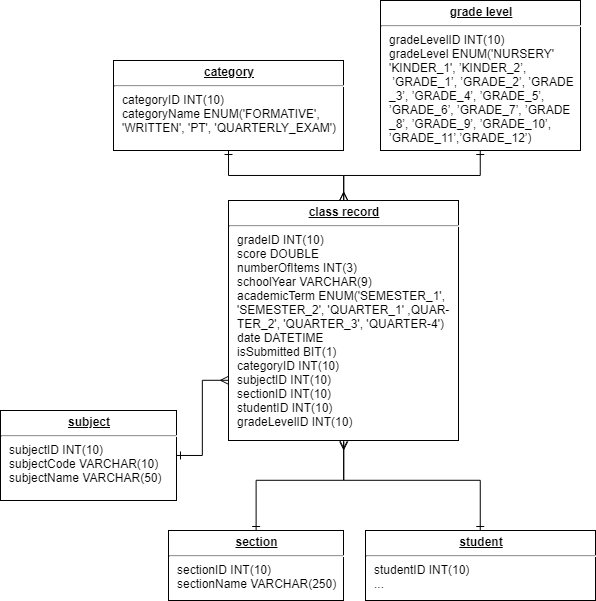
blankart/dhla-web-app keeps this draw.io diagram as SP/Class-Record.png. Above is the earlier version. Source tidied: cells renumbered, new cells last; positions are measured from the earlier drawing's top-left corner, leaving out a move shared by most shapes.
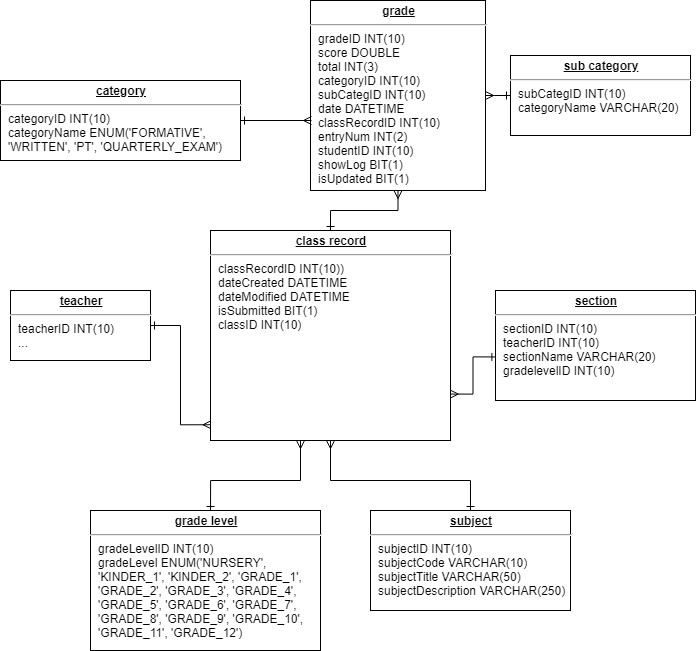
The same file after the commit.

Diff of the diagram source:
```diff
@@ -2,49 +2,62 @@
   <root>
     <mxCell id="0" />
     <mxCell id="1" parent="0" />
-    <mxCell id="2" value="&lt;p style=&quot;margin: 0px ; margin-top: 4px ; text-align: center ; text-decoration: underline&quot;&gt;&lt;b&gt;class record&lt;/b&gt;&lt;/p&gt;&lt;hr&gt;&lt;p style=&quot;margin: 0px ; margin-left: 8px&quot;&gt;gradeID INT(10)&lt;/p&gt;&lt;p style=&quot;margin: 0px ; margin-left: 8px&quot;&gt;score DOUBLE&lt;/p&gt;&lt;p style=&quot;margin: 0px ; margin-left: 8px&quot;&gt;numberOfItems INT(3)&lt;/p&gt;&lt;p style=&quot;margin: 0px ; margin-left: 8px&quot;&gt;schoolYear VARCHAR(9)&lt;/p&gt;&lt;p style=&quot;margin: 0px ; margin-left: 8px&quot;&gt;academicTerm ENUM('SEMESTER_1',&lt;/p&gt;&lt;p style=&quot;margin: 0px ; margin-left: 8px&quot;&gt;'SEMESTER_2', 'QUARTER_1' ,QUAR-&lt;/p&gt;&lt;p style=&quot;margin: 0px ; margin-left: 8px&quot;&gt;TER_2', 'QUARTER_3', 'QUARTER-4')&lt;/p&gt;&lt;p style=&quot;margin: 0px ; margin-left: 8px&quot;&gt;date DATETIME&lt;/p&gt;&lt;p style=&quot;margin: 0px ; margin-left: 8px&quot;&gt;isSubmitted BIT(1)&lt;/p&gt;&lt;p style=&quot;margin: 0px ; margin-left: 8px&quot;&gt;categoryID INT(10)&lt;/p&gt;&lt;p style=&quot;margin: 0px ; margin-left: 8px&quot;&gt;subjectID INT(10)&lt;/p&gt;&lt;p style=&quot;margin: 0px ; margin-left: 8px&quot;&gt;sectionID INT(10)&lt;/p&gt;&lt;p style=&quot;margin: 0px ; margin-left: 8px&quot;&gt;studentID INT(10)&lt;/p&gt;&lt;p style=&quot;margin: 0px ; margin-left: 8px&quot;&gt;gradeLevelID INT(10)&lt;/p&gt;" style="verticalAlign=top;align=left;overflow=fill;fontSize=12;fontFamily=Helvetica;html=1;rounded=0;shadow=0;comic=0;labelBackgroundColor=none;strokeColor=#000000;strokeWidth=1;fillColor=#ffffff;" parent="1" vertex="1">
-      <mxGeometry x="228" y="200" width="230" height="240" as="geometry" />
+    <mxCell id="2" value="&lt;p style=&quot;margin: 0px ; margin-top: 4px ; text-align: center ; text-decoration: underline&quot;&gt;&lt;b&gt;class record&lt;/b&gt;&lt;/p&gt;&lt;hr&gt;&lt;p style=&quot;margin: 0px ; margin-left: 8px&quot;&gt;classRecordID INT(10)&lt;span&gt;)&lt;/span&gt;&lt;/p&gt;&lt;p style=&quot;margin: 0px ; margin-left: 8px&quot;&gt;dateCreated DATETIME&lt;/p&gt;&lt;p style=&quot;margin: 0px ; margin-left: 8px&quot;&gt;dateModified DATETIME&lt;/p&gt;&lt;p style=&quot;margin: 0px ; margin-left: 8px&quot;&gt;isSubmitted BIT(1)&lt;/p&gt;&lt;p style=&quot;margin: 0px ; margin-left: 8px&quot;&gt;classID INT(10)&lt;/p&gt;" style="verticalAlign=top;align=left;overflow=fill;fontSize=12;fontFamily=Helvetica;html=1;rounded=0;shadow=0;comic=0;labelBackgroundColor=none;strokeColor=#000000;strokeWidth=1;fillColor=#ffffff;" parent="1" vertex="1">
+      <mxGeometry x="190" y="220" width="240" height="210" as="geometry" />
     </mxCell>
-    <mxCell id="3" style="edgeStyle=orthogonalEdgeStyle;rounded=0;jettySize=auto;html=1;startArrow=ERone;startFill=0;endArrow=ERmany;endFill=0;" parent="1" edge="1" source="4" target="2">
-      <mxGeometry relative="1" as="geometry" />
-    </mxCell>
+    <mxCell id="13" value="&lt;p style=&quot;margin: 0px ; margin-top: 4px ; text-align: center ; text-decoration: underline&quot;&gt;&lt;b&gt;grade&lt;/b&gt;&lt;/p&gt;&lt;hr&gt;&lt;p style=&quot;margin: 0px ; margin-left: 8px&quot;&gt;gradeID INT(10)&lt;/p&gt;&lt;p style=&quot;margin: 0px ; margin-left: 8px&quot;&gt;score DOUBLE&lt;/p&gt;&lt;p style=&quot;margin: 0px ; margin-left: 8px&quot;&gt;total INT(3)&lt;/p&gt;&lt;p style=&quot;margin: 0px ; margin-left: 8px&quot;&gt;categoryID INT(10)&lt;/p&gt;&lt;p style=&quot;margin: 0px ; margin-left: 8px&quot;&gt;subCategID&lt;span&gt;&amp;nbsp;INT(10)&lt;/span&gt;&lt;/p&gt;&lt;p style=&quot;margin: 0px ; margin-left: 8px&quot;&gt;date DATETIME&lt;/p&gt;&lt;p style=&quot;margin: 0px ; margin-left: 8px&quot;&gt;classRecordID INT(10)&lt;/p&gt;&lt;p style=&quot;margin: 0px ; margin-left: 8px&quot;&gt;entryNum INT(2)&lt;/p&gt;&lt;p style=&quot;margin: 0px ; margin-left: 8px&quot;&gt;studentID INT(10)&lt;/p&gt;&lt;p style=&quot;margin: 0px ; margin-left: 8px&quot;&gt;showLog BIT(1)&lt;/p&gt;&lt;p style=&quot;margin: 0px ; margin-left: 8px&quot;&gt;isUpdated BIT(1)&lt;/p&gt;" style="verticalAlign=top;align=left;overflow=fill;fontSize=12;fontFamily=Helvetica;html=1;rounded=0;shadow=0;comic=0;labelBackgroundColor=none;strokeColor=#000000;strokeWidth=1;fillColor=#ffffff;" parent="1" vertex="1">
+      <mxGeometry x="290" y="-10" width="175" height="190" as="geometry" />
+    </mxCell>
+    <mxCell id="14" value="&lt;p style=&quot;margin: 0px ; margin-top: 4px ; text-align: center ; text-decoration: underline&quot;&gt;&lt;b&gt;grade level&lt;/b&gt;&lt;/p&gt;&lt;hr&gt;&lt;p style=&quot;margin: 0px ; margin-left: 8px&quot;&gt;gradeLevelID INT(10)&lt;/p&gt;&lt;p style=&quot;margin: 0px ; margin-left: 8px&quot;&gt;gradeLevel ENUM('NURSERY',&amp;nbsp;&lt;/p&gt;&lt;p style=&quot;margin: 0px ; margin-left: 8px&quot;&gt;'KINDER_1', 'KINDER_2', 'GRADE_1',&lt;/p&gt;&lt;p style=&quot;margin: 0px ; margin-left: 8px&quot;&gt;'GRADE_2', 'GRADE_3', 'GRADE_4',&lt;/p&gt;&lt;p style=&quot;margin: 0px ; margin-left: 8px&quot;&gt;'GRADE_5', 'GRADE_6', 'GRADE_7',&lt;/p&gt;&lt;p style=&quot;margin: 0px ; margin-left: 8px&quot;&gt;'GRADE_8', 'GRADE_9', 'GRADE_10',&lt;/p&gt;&lt;p style=&quot;margin: 0px ; margin-left: 8px&quot;&gt;'GRADE_11', 'GRADE_12')&lt;/p&gt;&lt;p style=&quot;margin: 0px ; margin-left: 8px&quot;&gt;&lt;br&gt;&lt;/p&gt;&lt;p style=&quot;margin: 0px ; margin-left: 8px&quot;&gt;&lt;br&gt;&lt;/p&gt;" style="verticalAlign=top;align=left;overflow=fill;fontSize=12;fontFamily=Helvetica;html=1;rounded=0;shadow=0;comic=0;labelBackgroundColor=none;strokeColor=#000000;strokeWidth=1;fillColor=#ffffff;" parent="1" vertex="1">
+      <mxGeometry x="70" y="500" width="230" height="140" as="geometry" />
+    </mxCell>
-    <mxCell id="4" value="&lt;p style=&quot;margin: 0px ; margin-top: 4px ; text-align: center ; text-decoration: underline&quot;&gt;&lt;b&gt;category&lt;/b&gt;&lt;/p&gt;&lt;hr&gt;&lt;p style=&quot;margin: 0px ; margin-left: 8px&quot;&gt;categoryID INT(10)&lt;/p&gt;&lt;p style=&quot;margin: 0px ; margin-left: 8px&quot;&gt;categoryName ENUM('FORMATIVE',&lt;/p&gt;&lt;p style=&quot;margin: 0px ; margin-left: 8px&quot;&gt;'WRITTEN', 'PT', 'QUARTERLY_EXAM')&lt;/p&gt;" style="verticalAlign=top;align=left;overflow=fill;fontSize=12;fontFamily=Helvetica;html=1;rounded=0;shadow=0;comic=0;labelBackgroundColor=none;strokeColor=#000000;strokeWidth=1;fillColor=#ffffff;" parent="1" vertex="1">
-      <mxGeometry x="113" y="60" width="230" height="90" as="geometry" />
+    <mxCell id="4" value="&lt;p style=&quot;margin: 0px ; margin-top: 4px ; text-align: center ; text-decoration: underline&quot;&gt;&lt;b&gt;category&lt;/b&gt;&lt;/p&gt;&lt;hr&gt;&lt;p style=&quot;margin: 0px ; margin-left: 8px&quot;&gt;categoryID INT(10)&lt;/p&gt;&lt;p style=&quot;margin: 0px ; margin-left: 8px&quot;&gt;categoryName&amp;nbsp;&lt;span&gt;ENUM('FORMATIVE',&amp;nbsp;&lt;/span&gt;&lt;/p&gt;&lt;p style=&quot;margin: 0px 0px 0px 8px&quot;&gt;'WRITTEN', 'PT', 'QUARTERLY_EXAM')&lt;/p&gt;&lt;p style=&quot;margin: 0px ; margin-left: 8px&quot;&gt;&lt;br&gt;&lt;/p&gt;&lt;p style=&quot;margin: 0px ; margin-left: 8px&quot;&gt;&lt;br&gt;&lt;/p&gt;" style="verticalAlign=top;align=left;overflow=fill;fontSize=12;fontFamily=Helvetica;html=1;rounded=0;shadow=0;comic=0;labelBackgroundColor=none;strokeColor=#000000;strokeWidth=1;fillColor=#ffffff;" parent="1" vertex="1">
+      <mxGeometry x="-20" y="70" width="240" height="80" as="geometry" />
     </mxCell>
-    <mxCell id="5" style="edgeStyle=orthogonalEdgeStyle;rounded=0;jettySize=auto;html=1;entryX=0.5;entryY=0;entryDx=0;entryDy=0;startArrow=ERone;startFill=0;endArrow=ERmany;endFill=0;" parent="1" edge="1" source="6" target="2">
-      <mxGeometry relative="1" as="geometry" />
-    </mxCell>
-    <mxCell id="6" value="&lt;p style=&quot;margin: 0px ; margin-top: 4px ; text-align: center ; text-decoration: underline&quot;&gt;&lt;b&gt;grade level&lt;/b&gt;&lt;/p&gt;&lt;hr&gt;&lt;p style=&quot;margin: 0px ; margin-left: 8px&quot;&gt;gradeLevelID INT(10)&lt;/p&gt;&lt;p style=&quot;margin: 0px ; margin-left: 8px&quot;&gt;gradeLevel ENUM('NURSERY'&lt;/p&gt;&lt;p style=&quot;margin: 0px ; margin-left: 8px&quot;&gt;'KINDER_1',&amp;nbsp;&lt;span&gt;’KINDER_&lt;/span&gt;&lt;span&gt;2’,&amp;nbsp;&lt;/span&gt;&lt;/p&gt;&lt;p style=&quot;margin: 0px ; margin-left: 8px&quot;&gt;&lt;span&gt;&amp;nbsp;’GRADE_&lt;/span&gt;&lt;span&gt;1’,&amp;nbsp;&lt;/span&gt;&lt;span&gt;’GRADE_&lt;/span&gt;&lt;span&gt;2’,   ’GRADE&lt;/span&gt;&lt;/p&gt;&lt;p style=&quot;margin: 0px ; margin-left: 8px&quot;&gt;&lt;span&gt;_3’,&amp;nbsp;&lt;/span&gt;&lt;span&gt;’GRADE_&lt;/span&gt;&lt;span&gt;4’,   ’GRADE_&lt;/span&gt;&lt;span&gt;5’,&lt;/span&gt;&lt;/p&gt;&lt;p style=&quot;margin: 0px ; margin-left: 8px&quot;&gt;&lt;span&gt;’GRADE_&lt;/span&gt;&lt;span&gt;6’,   ’GRADE_&lt;/span&gt;&lt;span&gt;7’,&amp;nbsp;&lt;/span&gt;&lt;span&gt;’GRADE&lt;/span&gt;&lt;/p&gt;&lt;p style=&quot;margin: 0px ; margin-left: 8px&quot;&gt;&lt;span&gt;_8’,   ’GRADE_&lt;/span&gt;&lt;span&gt;9’,&amp;nbsp;&lt;/span&gt;&lt;span&gt;’GRADE_&lt;/span&gt;&lt;span&gt;10’,&lt;/span&gt;&lt;/p&gt;&lt;p style=&quot;margin: 0px ; margin-left: 8px&quot;&gt;&lt;span&gt;’GRADE_&lt;/span&gt;&lt;span&gt;11’,&lt;/span&gt;&lt;span&gt;’GRADE_&lt;/span&gt;&lt;span&gt;12’)&lt;/span&gt;&lt;/p&gt;" style="verticalAlign=top;align=left;overflow=fill;fontSize=12;fontFamily=Helvetica;html=1;rounded=0;shadow=0;comic=0;labelBackgroundColor=none;strokeColor=#000000;strokeWidth=1;fillColor=#ffffff;" parent="1" vertex="1">
-      <mxGeometry x="380" width="200" height="150" as="geometry" />
-    </mxCell>
-    <mxCell id="7" style="edgeStyle=orthogonalEdgeStyle;rounded=0;jettySize=auto;html=1;entryX=0;entryY=0.75;entryDx=0;entryDy=0;startArrow=ERone;startFill=0;endArrow=ERmany;endFill=0;" parent="1" edge="1" source="8" target="2">
-      <mxGeometry relative="1" as="geometry" />
-    </mxCell>
-    <mxCell id="8" value="&lt;p style=&quot;margin: 0px ; margin-top: 4px ; text-align: center ; text-decoration: underline&quot;&gt;&lt;b&gt;subject&lt;/b&gt;&lt;/p&gt;&lt;hr&gt;&lt;p style=&quot;margin: 0px ; margin-left: 8px&quot;&gt;subjectID INT(10)&lt;/p&gt;&lt;p style=&quot;margin: 0px ; margin-left: 8px&quot;&gt;subjectCode VARCHAR(10)&lt;br&gt;subjectName VARCHAR(50)&lt;/p&gt;" style="verticalAlign=top;align=left;overflow=fill;fontSize=12;fontFamily=Helvetica;html=1;rounded=0;shadow=0;comic=0;labelBackgroundColor=none;strokeColor=#000000;strokeWidth=1;fillColor=#ffffff;" parent="1" vertex="1">
-      <mxGeometry y="410" width="176" height="90" as="geometry" />
-    </mxCell>
-    <mxCell id="9" style="edgeStyle=orthogonalEdgeStyle;rounded=0;jettySize=auto;html=1;startArrow=ERone;startFill=0;endArrow=ERmany;endFill=0;" parent="1" edge="1" source="10">
-      <mxGeometry relative="1" as="geometry">
-        <mxPoint x="343" y="441" as="targetPoint" />
-        <Array as="points">
-          <mxPoint x="256" y="480" />
-          <mxPoint x="343" y="480" />
-        </Array>
-      </mxGeometry>
-    </mxCell>
-    <mxCell id="10" value="&lt;p style=&quot;margin: 0px ; margin-top: 4px ; text-align: center ; text-decoration: underline&quot;&gt;&lt;b&gt;section&lt;/b&gt;&lt;/p&gt;&lt;hr&gt;&lt;p style=&quot;margin: 0px ; margin-left: 8px&quot;&gt;sectionID INT(10)&lt;/p&gt;&lt;p style=&quot;margin: 0px ; margin-left: 8px&quot;&gt;sectionName VARCHAR(250)&lt;/p&gt;" style="verticalAlign=top;align=left;overflow=fill;fontSize=12;fontFamily=Helvetica;html=1;rounded=0;shadow=0;comic=0;labelBackgroundColor=none;strokeColor=#000000;strokeWidth=1;fillColor=#ffffff;" parent="1" vertex="1">
-      <mxGeometry x="168" y="530" width="175" height="70" as="geometry" />
-    </mxCell>
-    <mxCell id="11" style="edgeStyle=orthogonalEdgeStyle;rounded=0;jettySize=auto;html=1;entryX=0.5;entryY=1;entryDx=0;entryDy=0;startArrow=ERone;startFill=0;endArrow=ERmany;endFill=0;" parent="1" edge="1" source="12" target="2">
-      <mxGeometry relative="1" as="geometry">
-        <Array as="points">
-          <mxPoint x="480" y="480" />
-          <mxPoint x="343" y="480" />
-        </Array>
-      </mxGeometry>
-    </mxCell>
-    <mxCell id="12" value="&lt;p style=&quot;margin: 0px ; margin-top: 4px ; text-align: center ; text-decoration: underline&quot;&gt;&lt;b&gt;student&lt;/b&gt;&lt;/p&gt;&lt;hr&gt;&lt;p style=&quot;margin: 0px ; margin-left: 8px&quot;&gt;studentID INT(10)&lt;/p&gt;&lt;p style=&quot;margin: 0px ; margin-left: 8px&quot;&gt;...&lt;/p&gt;" style="verticalAlign=top;align=left;overflow=fill;fontSize=12;fontFamily=Helvetica;html=1;rounded=0;shadow=0;comic=0;labelBackgroundColor=none;strokeColor=#000000;strokeWidth=1;fillColor=#ffffff;" parent="1" vertex="1">
-      <mxGeometry x="365" y="530" width="230" height="70" as="geometry" />
-    </mxCell>
+    <mxCell id="15" value="&lt;p style=&quot;margin: 0px ; margin-top: 4px ; text-align: center ; text-decoration: underline&quot;&gt;&lt;b&gt;subject&lt;/b&gt;&lt;/p&gt;&lt;hr&gt;&lt;p style=&quot;margin: 0px ; margin-left: 8px&quot;&gt;subjectID INT(10)&lt;/p&gt;&lt;p style=&quot;margin: 0px ; margin-left: 8px&quot;&gt;subjectCode VARCHAR(10)&lt;/p&gt;&lt;p style=&quot;margin: 0px ; margin-left: 8px&quot;&gt;subjectTitle VARCHAR(50)&lt;/p&gt;&lt;p style=&quot;margin: 0px ; margin-left: 8px&quot;&gt;subjectDescription VARCHAR(250)&lt;/p&gt;&lt;p style=&quot;margin: 0px ; margin-left: 8px&quot;&gt;&lt;br&gt;&lt;/p&gt;&lt;p style=&quot;margin: 0px ; margin-left: 8px&quot;&gt;&lt;br&gt;&lt;/p&gt;&lt;p style=&quot;margin: 0px ; margin-left: 8px&quot;&gt;&lt;br&gt;&lt;/p&gt;&lt;p style=&quot;margin: 0px ; margin-left: 8px&quot;&gt;&lt;br&gt;&lt;/p&gt;&lt;p style=&quot;margin: 0px ; margin-left: 8px&quot;&gt;&lt;br&gt;&lt;/p&gt;" style="verticalAlign=top;align=left;overflow=fill;fontSize=12;fontFamily=Helvetica;html=1;rounded=0;shadow=0;comic=0;labelBackgroundColor=none;strokeColor=#000000;strokeWidth=1;fillColor=#ffffff;" parent="1" vertex="1">
+      <mxGeometry x="350" y="500" width="200" height="100" as="geometry" />
+    </mxCell>
+    <mxCell id="16" value="&lt;p style=&quot;margin: 0px ; margin-top: 4px ; text-align: center ; text-decoration: underline&quot;&gt;&lt;b&gt;section&lt;/b&gt;&lt;/p&gt;&lt;hr&gt;&lt;p style=&quot;margin: 0px ; margin-left: 8px&quot;&gt;sectionID INT(10)&lt;/p&gt;&lt;p style=&quot;margin: 0px ; margin-left: 8px&quot;&gt;teacherID INT(10)&lt;/p&gt;&lt;p style=&quot;margin: 0px ; margin-left: 8px&quot;&gt;sectionName VARCHAR(20)&lt;/p&gt;&lt;p style=&quot;margin: 0px ; margin-left: 8px&quot;&gt;gradelevelID INT(10)&lt;/p&gt;&lt;p style=&quot;margin: 0px ; margin-left: 8px&quot;&gt;&lt;br&gt;&lt;/p&gt;&lt;p style=&quot;margin: 0px ; margin-left: 8px&quot;&gt;&lt;br&gt;&lt;/p&gt;&lt;p style=&quot;margin: 0px ; margin-left: 8px&quot;&gt;&lt;br&gt;&lt;/p&gt;&lt;p style=&quot;margin: 0px ; margin-left: 8px&quot;&gt;&lt;br&gt;&lt;/p&gt;&lt;p style=&quot;margin: 0px ; margin-left: 8px&quot;&gt;&lt;br&gt;&lt;/p&gt;" style="verticalAlign=top;align=left;overflow=fill;fontSize=12;fontFamily=Helvetica;html=1;rounded=0;shadow=0;comic=0;labelBackgroundColor=none;strokeColor=#000000;strokeWidth=1;fillColor=#ffffff;" parent="1" vertex="1">
+      <mxGeometry x="475" y="280" width="200" height="110" as="geometry" />
+    </mxCell>
+    <mxCell id="17" value="&lt;p style=&quot;margin: 0px ; margin-top: 4px ; text-align: center ; text-decoration: underline&quot;&gt;&lt;b&gt;teacher&lt;/b&gt;&lt;/p&gt;&lt;hr&gt;&lt;p style=&quot;margin: 0px ; margin-left: 8px&quot;&gt;teacherID INT(10)&lt;/p&gt;&lt;p style=&quot;margin: 0px ; margin-left: 8px&quot;&gt;...&lt;/p&gt;&lt;p style=&quot;margin: 0px ; margin-left: 8px&quot;&gt;&lt;br&gt;&lt;/p&gt;&lt;p style=&quot;margin: 0px ; margin-left: 8px&quot;&gt;&lt;br&gt;&lt;/p&gt;&lt;p style=&quot;margin: 0px ; margin-left: 8px&quot;&gt;&lt;br&gt;&lt;/p&gt;&lt;p style=&quot;margin: 0px ; margin-left: 8px&quot;&gt;&lt;br&gt;&lt;/p&gt;&lt;p style=&quot;margin: 0px ; margin-left: 8px&quot;&gt;&lt;br&gt;&lt;/p&gt;" style="verticalAlign=top;align=left;overflow=fill;fontSize=12;fontFamily=Helvetica;html=1;rounded=0;shadow=0;comic=0;labelBackgroundColor=none;strokeColor=#000000;strokeWidth=1;fillColor=#ffffff;" parent="1" vertex="1">
+      <mxGeometry x="-10" y="280" width="140" height="70" as="geometry" />
+    </mxCell>
+    <mxCell id="18" style="endArrow=ERmany;html=1;edgeStyle=orthogonalEdgeStyle;rounded=0;exitX=1;exitY=0.5;exitDx=0;exitDy=0;startArrow=ERone;startFill=0;endFill=0;" parent="1" edge="1" source="4">
+      <mxGeometry relative="1" as="geometry">
+        <mxPoint x="291" y="110" as="targetPoint" />
+      </mxGeometry>
+    </mxCell>
+    <mxCell id="19" style="endArrow=ERmany;html=1;edgeStyle=orthogonalEdgeStyle;rounded=0;startArrow=ERone;startFill=0;endFill=0;entryX=0.5;entryY=1;entryDx=0;entryDy=0;" parent="1" edge="1" source="2" target="13">
+      <mxGeometry relative="1" as="geometry" />
+    </mxCell>
+    <mxCell id="20" style="endArrow=ERone;html=1;edgeStyle=orthogonalEdgeStyle;rounded=0;exitX=0.999;exitY=0.779;exitDx=0;exitDy=0;startArrow=ERmany;startFill=0;endFill=0;entryX=0.002;entryY=0.604;entryDx=0;entryDy=0;entryPerimeter=0;exitPerimeter=0;" parent="1" edge="1" source="2" target="16">
+      <mxGeometry relative="1" as="geometry" />
+    </mxCell>
+    <mxCell id="21" style="endArrow=ERmany;html=1;edgeStyle=orthogonalEdgeStyle;rounded=0;exitX=1;exitY=0.5;exitDx=0;exitDy=0;startArrow=ERone;startFill=0;endFill=0;entryX=0.002;entryY=0.925;entryDx=0;entryDy=0;entryPerimeter=0;" parent="1" edge="1" source="17" target="2">
+      <mxGeometry relative="1" as="geometry" />
+    </mxCell>
+    <mxCell id="22" style="endArrow=ERmany;html=1;edgeStyle=orthogonalEdgeStyle;rounded=0;exitX=0.522;exitY=0;exitDx=0;exitDy=0;startArrow=ERone;startFill=0;endFill=0;exitPerimeter=0;" parent="1" edge="1" source="14" target="2">
+      <mxGeometry relative="1" as="geometry">
+        <Array as="points">
+          <mxPoint x="190" y="470" />
+          <mxPoint x="280" y="470" />
+        </Array>
+      </mxGeometry>
+    </mxCell>
+    <mxCell id="23" style="endArrow=ERone;html=1;edgeStyle=orthogonalEdgeStyle;rounded=0;exitX=0.5;exitY=1;exitDx=0;exitDy=0;startArrow=ERmany;startFill=0;endFill=0;entryX=0.5;entryY=0;entryDx=0;entryDy=0;" parent="1" edge="1" source="2" target="15">
+      <mxGeometry relative="1" as="geometry">
+        <Array as="points">
+          <mxPoint x="310" y="470" />
+          <mxPoint x="450" y="470" />
+        </Array>
+      </mxGeometry>
+    </mxCell>
+    <mxCell id="24" value="&lt;p style=&quot;margin: 0px ; margin-top: 4px ; text-align: center ; text-decoration: underline&quot;&gt;&lt;b&gt;sub category&lt;/b&gt;&lt;/p&gt;&lt;hr&gt;&lt;p style=&quot;margin: 0px ; margin-left: 8px&quot;&gt;&lt;span&gt;subCategID INT(10)&lt;/span&gt;&lt;br&gt;&lt;/p&gt;&lt;p style=&quot;margin: 0px ; margin-left: 8px&quot;&gt;&lt;span&gt;categoryName VARCHAR(20)&lt;/span&gt;&lt;/p&gt;&lt;p style=&quot;margin: 0px ; margin-left: 8px&quot;&gt;&lt;br&gt;&lt;/p&gt;&lt;p style=&quot;margin: 0px ; margin-left: 8px&quot;&gt;&lt;br&gt;&lt;/p&gt;" style="verticalAlign=top;align=left;overflow=fill;fontSize=12;fontFamily=Helvetica;html=1;rounded=0;shadow=0;comic=0;labelBackgroundColor=none;strokeColor=#000000;strokeWidth=1;fillColor=#ffffff;" parent="1" vertex="1">
+      <mxGeometry x="490" y="45" width="180" height="80" as="geometry" />
+    </mxCell>
+    <mxCell id="25" style="endArrow=ERmany;html=1;edgeStyle=orthogonalEdgeStyle;rounded=0;exitX=0;exitY=0.5;exitDx=0;exitDy=0;startArrow=ERone;startFill=0;endFill=0;entryX=1;entryY=0.5;entryDx=0;entryDy=0;" parent="1" edge="1" source="24" target="13">
+      <mxGeometry relative="1" as="geometry" />
+    </mxCell>
   </root>
 </mxGraphModel>
```
